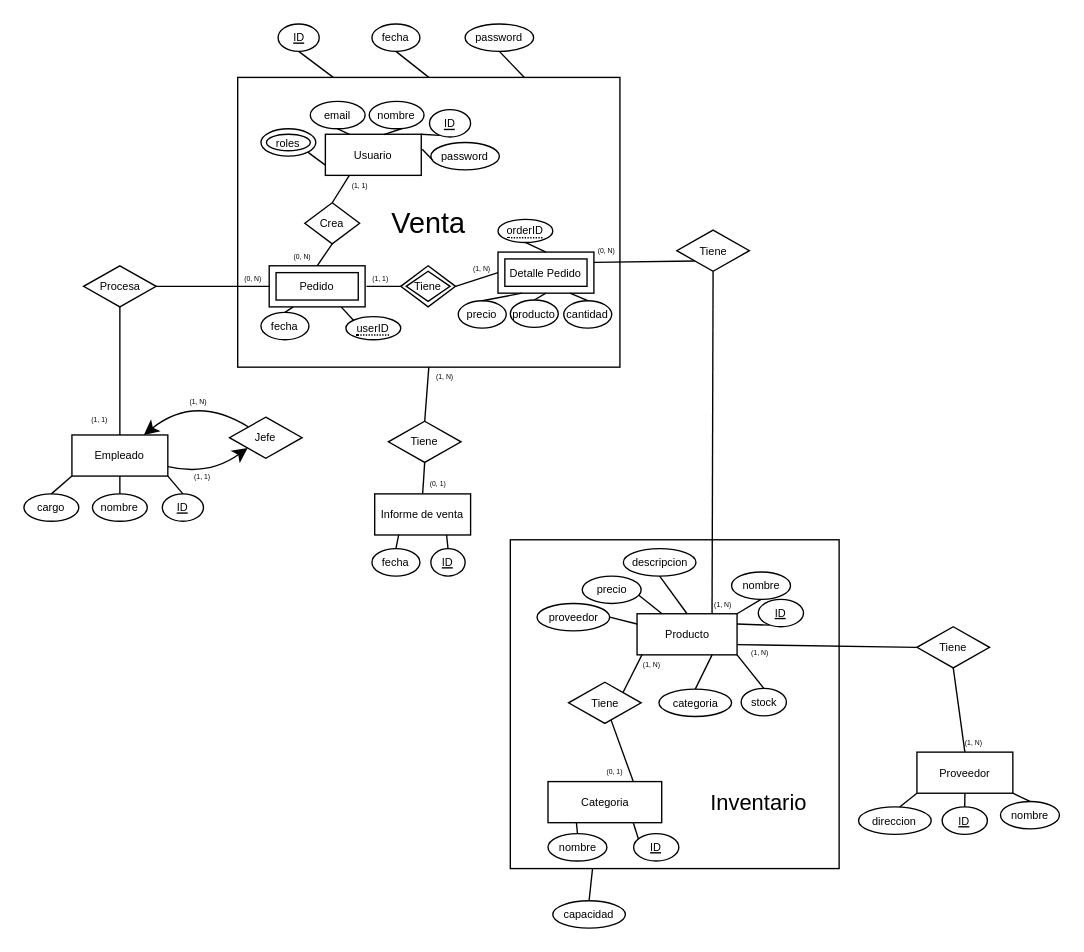
Before: Diagrama sin título.drawio in SergioMir018/Inventario-FE, a draw.io diagram. Source tidied: cells renumbered, new cells numbered last; positions are measured from the earlier drawing's top-left corner, leaving out a move shared by most shapes. Both pictures are drawn from the tidied source at 137%, with x=0, y=0 at pixel (23, 23).
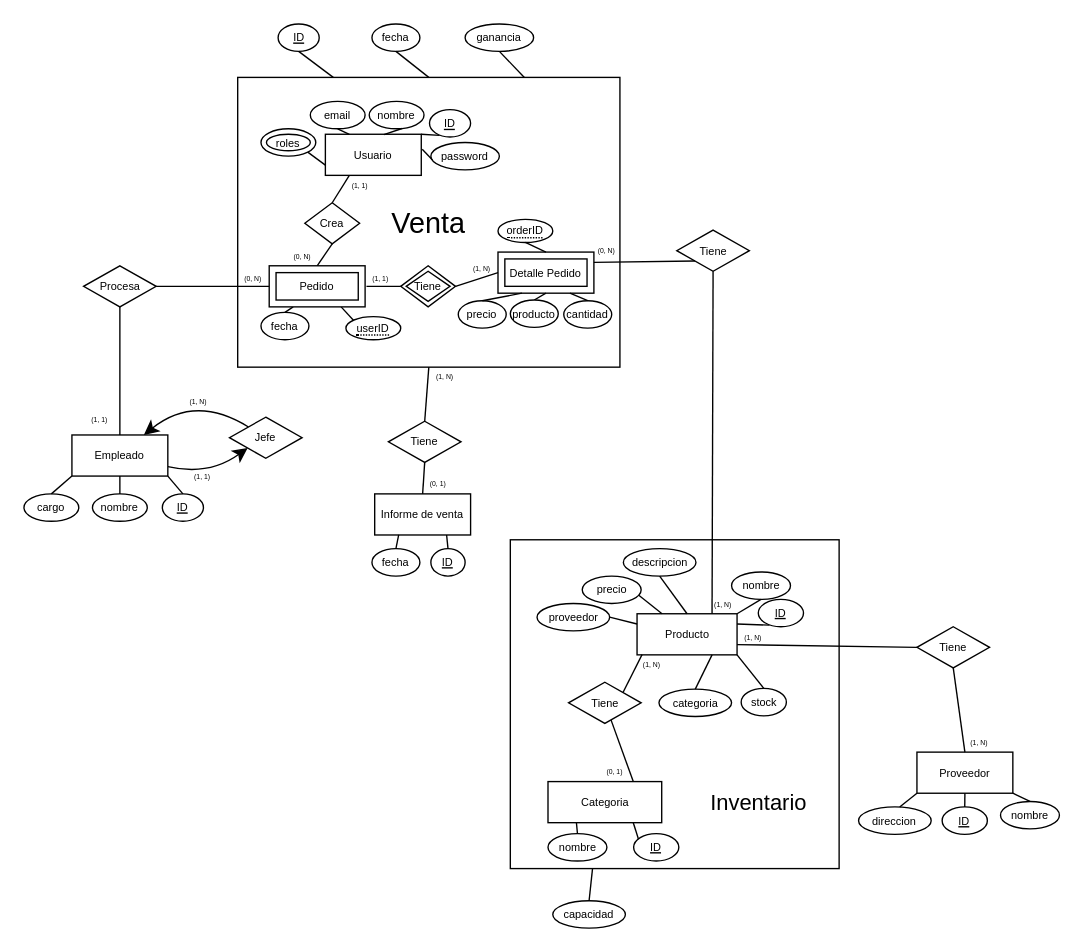
The same diagram, later.

The edit, as a diff of the source:
```diff
@@
     <mxCell id="70" value="&lt;span style=&quot;font-size: 5px;&quot;&gt;(1, N)&lt;/span&gt;" style="text;html=1;align=center;verticalAlign=middle;strokeColor=none;fillColor=none;fontSize=16;shadow=0;" parent="1" vertex="1">
-      <mxGeometry x="672.8" y="505.5" width="40" height="30" as="geometry" />
+      <mxGeometry x="676.8" y="505.5" width="40" height="30" as="geometry" />
     </mxCell>
     <mxCell id="71" value="&lt;span style=&quot;font-size: 5px;&quot;&gt;(1, N)&lt;/span&gt;" style="text;html=1;align=center;verticalAlign=middle;strokeColor=none;fillColor=none;fontSize=16;shadow=0;" parent="1" vertex="1">
-      <mxGeometry x="516.5" y="440" width="40" height="30" as="geometry" />
+      <mxGeometry x="511.5" y="429" width="40" height="30" as="geometry" />
     </mxCell>
@@
-    <mxCell id="113" value="&lt;font style=&quot;font-size: 8px;&quot;&gt;password&lt;/font&gt;" style="ellipse;whiteSpace=wrap;html=1;rounded=0;labelBackgroundColor=none;fontSize=8;shadow=0;" parent="1" vertex="1">
+    <mxCell id="113" value="ganancia" style="ellipse;whiteSpace=wrap;html=1;rounded=0;labelBackgroundColor=none;fontSize=8;shadow=0;" parent="1" vertex="1">
       <mxGeometry x="322" width="50" height="20" as="geometry" />
     </mxCell>
```
